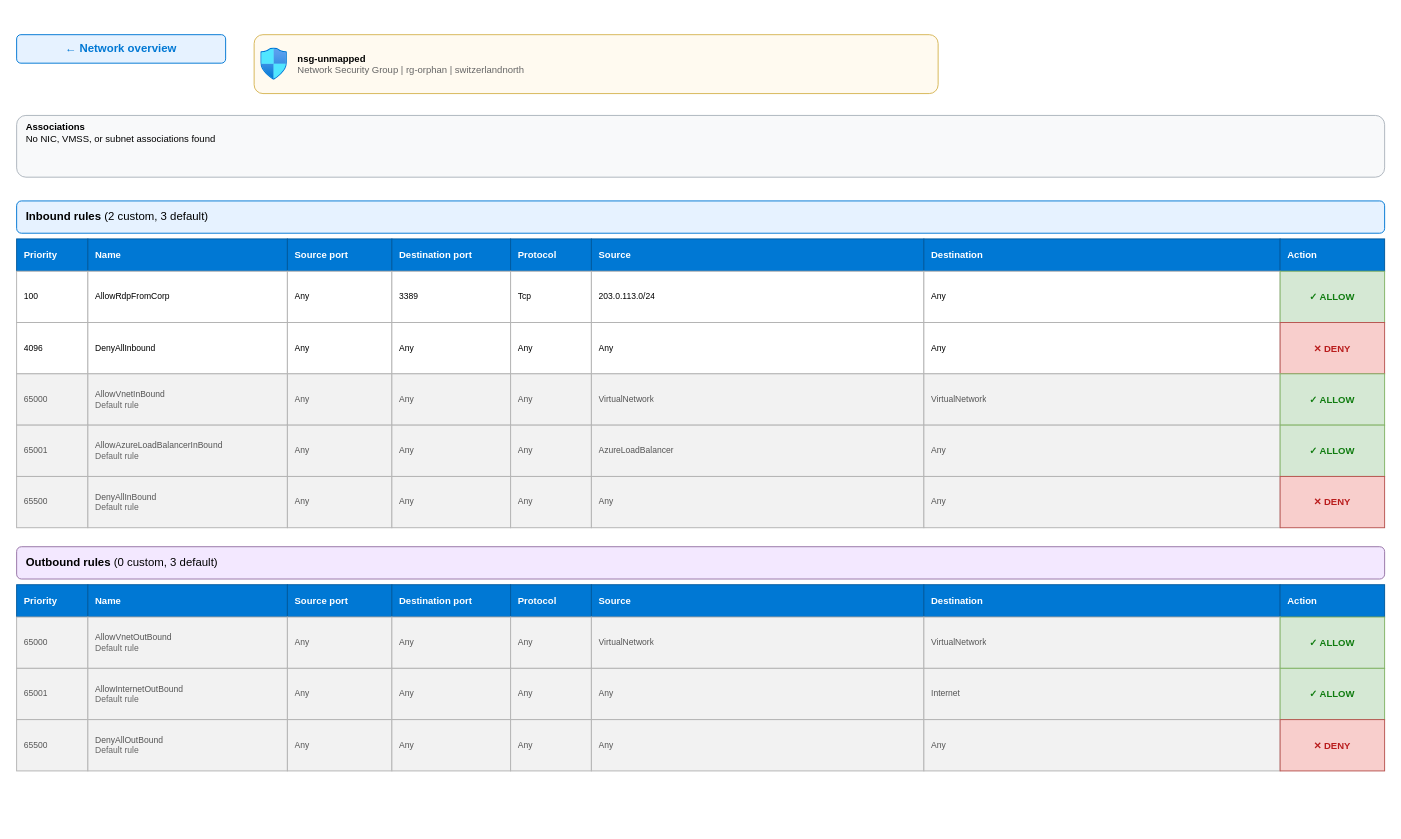
Before: page "NSG - nsg-shared" (10 of 17) of sample-network.drawio in zh54321/VNetAtlas, a draw.io diagram. Source tidied: cells renumbered, new cells numbered last; positions are measured from the earlier drawing's top-left corner, leaving out a move shared by most shapes. Both pictures are drawn from the tidied source at 95%, with x=0, y=0 at pixel (16, 34).
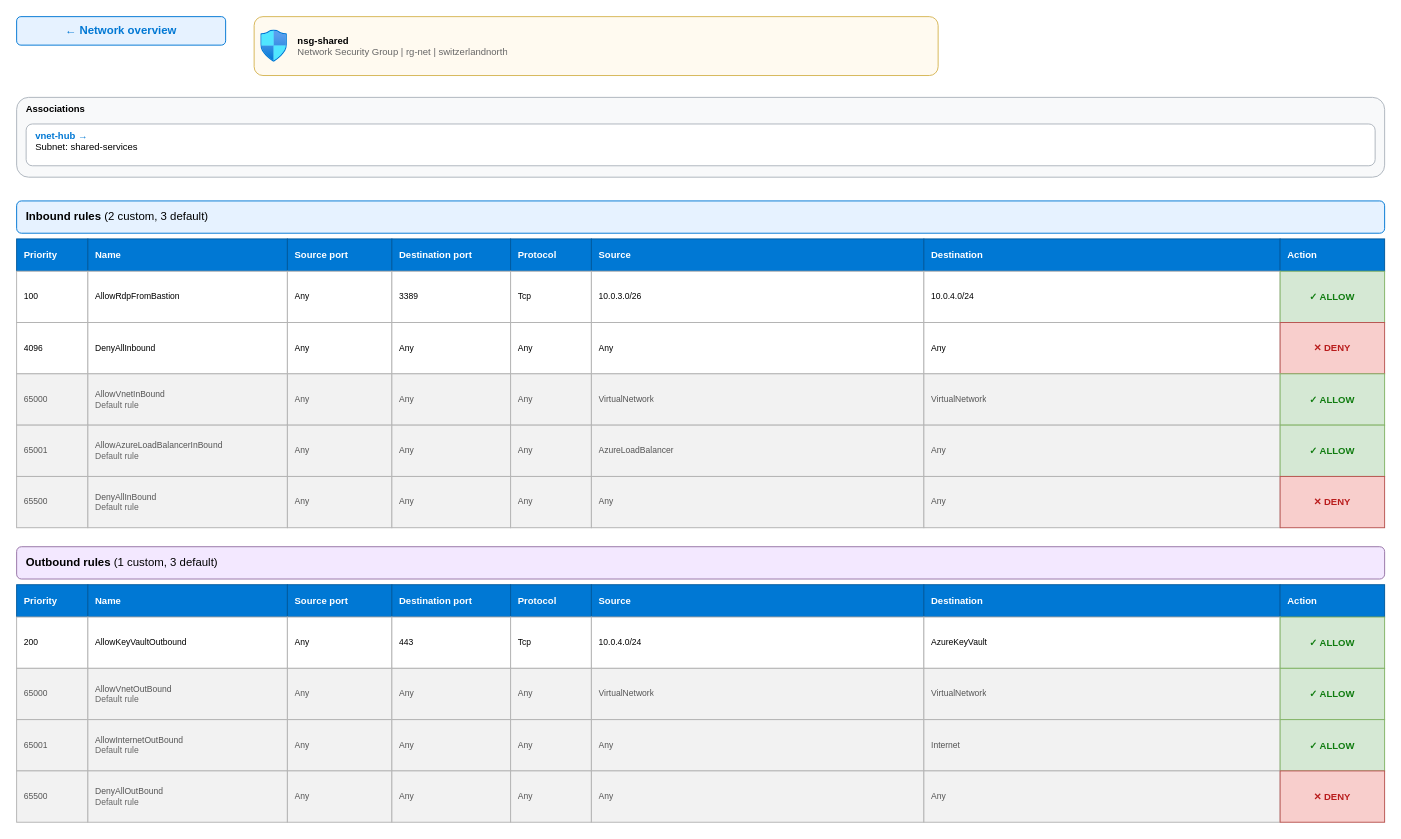
Above is the later version.

Diff of the diagram source:
```diff
@@
     <mxCell id="2" value="&amp;#8592; Network overview" style="rounded=1;whiteSpace=wrap;html=1;fillColor=light-dark(#e6f2ff,#1d2d40);strokeColor=light-dark(#0078d4,#4a9be0);fontColor=light-dark(#0078d4,#6cb6ff);fontStyle=1;" parent="1" vertex="1">
-      <mxGeometry width="220" height="30" as="geometry" />
+      <mxGeometry y="-19" width="220" height="30" as="geometry" />
     </mxCell>
-    <mxCell id="3" value="&lt;b&gt;nsg-unmapped&lt;/b&gt;&lt;br&gt;&lt;font color='#666666'&gt;Network Security Group | rg-orphan | switzerlandnorth&lt;/font&gt;" style="shape=label;rounded=1;whiteSpace=wrap;html=1;image=img/lib/azure2/networking/Network_Security_Groups.svg;imageWidth=28;imageHeight=34;imageAlign=left;imageVerticalAlign=middle;spacingLeft=44;align=left;verticalAlign=middle;fillColor=light-dark(#fffaf0,#2e2a1f);strokeColor=light-dark(#d6b656,#a88f3f);fontSize=10;overflow=hidden;fontColor=light-dark(#000000,#dcdde0);" parent="1" vertex="1">
-      <mxGeometry x="250" width="720" height="62" as="geometry" />
+    <mxCell id="3" value="&lt;b&gt;nsg-shared&lt;/b&gt;&lt;br&gt;&lt;font color='#666666'&gt;Network Security Group | rg-net | switzerlandnorth&lt;/font&gt;" style="shape=label;rounded=1;whiteSpace=wrap;html=1;image=img/lib/azure2/networking/Network_Security_Groups.svg;imageWidth=28;imageHeight=34;imageAlign=left;imageVerticalAlign=middle;spacingLeft=44;align=left;verticalAlign=middle;fillColor=light-dark(#fffaf0,#2e2a1f);strokeColor=light-dark(#d6b656,#a88f3f);fontSize=10;overflow=hidden;fontColor=light-dark(#000000,#dcdde0);" parent="1" vertex="1">
+      <mxGeometry x="250" y="-19" width="720" height="62" as="geometry" />
     </mxCell>
-    <mxCell id="4" value="&lt;b&gt;Associations&lt;/b&gt;&lt;br&gt;No NIC, VMSS, or subnet associations found" style="rounded=1;whiteSpace=wrap;html=1;fillColor=light-dark(#f8f9fa,#26282c);strokeColor=light-dark(#adb5bd,#4a4f57);fontSize=10;align=left;spacingLeft=8;verticalAlign=top;fontColor=light-dark(#000000,#dcdde0);" parent="1" vertex="1">
-      <mxGeometry y="85" width="1440" height="65" as="geometry" />
+    <mxCell id="4" value="&lt;b&gt;Associations&lt;/b&gt;" style="rounded=1;whiteSpace=wrap;html=1;fillColor=light-dark(#f8f9fa,#26282c);strokeColor=light-dark(#adb5bd,#4a4f57);fontSize=10;align=left;spacingLeft=8;verticalAlign=top;fontColor=light-dark(#000000,#dcdde0);" parent="1" vertex="1">
+      <mxGeometry y="66" width="1440" height="84" as="geometry" />
     </mxCell>
+    <mxCell id="87" value="&lt;font color='#0078d4'&gt;&lt;b&gt;vnet-hub&lt;/b&gt; &amp;#8594;&lt;/font&gt;&lt;br&gt;Subnet: shared-services" style="rounded=1;whiteSpace=wrap;html=1;fillColor=light-dark(#ffffff,#2b2d31);strokeColor=light-dark(#adb5bd,#4a4f57);fontSize=10;align=left;spacingLeft=8;verticalAlign=top;fontColor=light-dark(#000000,#dcdde0);" parent="1" vertex="1">
+      <mxGeometry x="10" y="94" width="1420" height="44" as="geometry" />
+    </mxCell>
@@
-    <mxCell id="15" value="AllowRdpFromCorp" style="rounded=0;whiteSpace=wrap;html=1;fillColor=light-dark(#ffffff,#2b2d31);strokeColor=light-dark(#b3b3b3,#3e4148);fontSize=9;align=left;spacingLeft=6;overflow=hidden;fontColor=light-dark(#000000,#dcdde0);" parent="1" vertex="1">
+    <mxCell id="15" value="AllowRdpFromBastion" style="rounded=0;whiteSpace=wrap;html=1;fillColor=light-dark(#ffffff,#2b2d31);strokeColor=light-dark(#b3b3b3,#3e4148);fontSize=9;align=left;spacingLeft=6;overflow=hidden;fontColor=light-dark(#000000,#dcdde0);" parent="1" vertex="1">
       <mxGeometry x="75" y="249" width="210" height="54" as="geometry" />
     </mxCell>
@@
-    <mxCell id="19" value="203.0.113.0/24" style="rounded=0;whiteSpace=wrap;html=1;fillColor=light-dark(#ffffff,#2b2d31);strokeColor=light-dark(#b3b3b3,#3e4148);fontSize=9;align=left;spacingLeft=6;overflow=hidden;fontColor=light-dark(#000000,#dcdde0);" parent="1" vertex="1">
+    <mxCell id="19" value="10.0.3.0/26" style="rounded=0;whiteSpace=wrap;html=1;fillColor=light-dark(#ffffff,#2b2d31);strokeColor=light-dark(#b3b3b3,#3e4148);fontSize=9;align=left;spacingLeft=6;overflow=hidden;fontColor=light-dark(#000000,#dcdde0);" parent="1" vertex="1">
       <mxGeometry x="605" y="249" width="350" height="54" as="geometry" />
     </mxCell>
-    <mxCell id="20" value="Any" style="rounded=0;whiteSpace=wrap;html=1;fillColor=light-dark(#ffffff,#2b2d31);strokeColor=light-dark(#b3b3b3,#3e4148);fontSize=9;align=left;spacingLeft=6;overflow=hidden;fontColor=light-dark(#000000,#dcdde0);" parent="1" vertex="1">
+    <mxCell id="20" value="10.0.4.0/24" style="rounded=0;whiteSpace=wrap;html=1;fillColor=light-dark(#ffffff,#2b2d31);strokeColor=light-dark(#b3b3b3,#3e4148);fontSize=9;align=left;spacingLeft=6;overflow=hidden;fontColor=light-dark(#000000,#dcdde0);" parent="1" vertex="1">
       <mxGeometry x="955" y="249" width="375" height="54" as="geometry" />
     </mxCell>
@@
-    <mxCell id="54" value="&lt;b&gt;Outbound rules&lt;/b&gt; (0 custom, 3 default)" style="rounded=1;whiteSpace=wrap;html=1;fillColor=light-dark(#f3e8ff,#2d2340);strokeColor=light-dark(#9673a6,#9c84c4);fontSize=12;align=left;spacingLeft=8;fontColor=light-dark(#000000,#dcdde0);" parent="1" vertex="1">
+    <mxCell id="54" value="&lt;b&gt;Outbound rules&lt;/b&gt; (1 custom, 3 default)" style="rounded=1;whiteSpace=wrap;html=1;fillColor=light-dark(#f3e8ff,#2d2340);strokeColor=light-dark(#9673a6,#9c84c4);fontSize=12;align=left;spacingLeft=8;fontColor=light-dark(#000000,#dcdde0);" parent="1" vertex="1">
       <mxGeometry y="539" width="1440" height="34" as="geometry" />
     </mxCell>
@@
-    <mxCell id="63" value="65000" style="rounded=0;whiteSpace=wrap;html=1;fillColor=light-dark(#f2f2f2,#232427);strokeColor=light-dark(#b3b3b3,#3e4148);fontColor=light-dark(#555555,#a0a4aa);fontSize=9;align=left;spacingLeft=6;overflow=hidden;" parent="1" vertex="1">
+    <mxCell id="63" value="200" style="rounded=0;whiteSpace=wrap;html=1;fillColor=light-dark(#ffffff,#2b2d31);strokeColor=light-dark(#b3b3b3,#3e4148);fontSize=9;align=left;spacingLeft=6;overflow=hidden;fontColor=light-dark(#000000,#dcdde0);" parent="1" vertex="1">
       <mxGeometry y="613" width="75" height="54" as="geometry" />
     </mxCell>
-    <mxCell id="64" value="AllowVnetOutBound&lt;br&gt;&lt;font color='#666666'&gt;Default rule&lt;/font&gt;" style="rounded=0;whiteSpace=wrap;html=1;fillColor=light-dark(#f2f2f2,#232427);strokeColor=light-dark(#b3b3b3,#3e4148);fontColor=light-dark(#555555,#a0a4aa);fontSize=9;align=left;spacingLeft=6;overflow=hidden;" parent="1" vertex="1">
+    <mxCell id="64" value="AllowKeyVaultOutbound" style="rounded=0;whiteSpace=wrap;html=1;fillColor=light-dark(#ffffff,#2b2d31);strokeColor=light-dark(#b3b3b3,#3e4148);fontSize=9;align=left;spacingLeft=6;overflow=hidden;fontColor=light-dark(#000000,#dcdde0);" parent="1" vertex="1">
       <mxGeometry x="75" y="613" width="210" height="54" as="geometry" />
     </mxCell>
-    <mxCell id="65" value="Any" style="rounded=0;whiteSpace=wrap;html=1;fillColor=light-dark(#f2f2f2,#232427);strokeColor=light-dark(#b3b3b3,#3e4148);fontColor=light-dark(#555555,#a0a4aa);fontSize=9;align=left;spacingLeft=6;overflow=hidden;" parent="1" vertex="1">
+    <mxCell id="65" value="Any" style="rounded=0;whiteSpace=wrap;html=1;fillColor=light-dark(#ffffff,#2b2d31);strokeColor=light-dark(#b3b3b3,#3e4148);fontSize=9;align=left;spacingLeft=6;overflow=hidden;fontColor=light-dark(#000000,#dcdde0);" parent="1" vertex="1">
       <mxGeometry x="285" y="613" width="110" height="54" as="geometry" />
     </mxCell>
-    <mxCell id="66" value="Any" style="rounded=0;whiteSpace=wrap;html=1;fillColor=light-dark(#f2f2f2,#232427);strokeColor=light-dark(#b3b3b3,#3e4148);fontColor=light-dark(#555555,#a0a4aa);fontSize=9;align=left;spacingLeft=6;overflow=hidden;" parent="1" vertex="1">
+    <mxCell id="66" value="443" style="rounded=0;whiteSpace=wrap;html=1;fillColor=light-dark(#ffffff,#2b2d31);strokeColor=light-dark(#b3b3b3,#3e4148);fontSize=9;align=left;spacingLeft=6;overflow=hidden;fontColor=light-dark(#000000,#dcdde0);" parent="1" vertex="1">
       <mxGeometry x="395" y="613" width="125" height="54" as="geometry" />
     </mxCell>
-    <mxCell id="67" value="Any" style="rounded=0;whiteSpace=wrap;html=1;fillColor=light-dark(#f2f2f2,#232427);strokeColor=light-dark(#b3b3b3,#3e4148);fontColor=light-dark(#555555,#a0a4aa);fontSize=9;align=left;spacingLeft=6;overflow=hidden;" parent="1" vertex="1">
+    <mxCell id="67" value="Tcp" style="rounded=0;whiteSpace=wrap;html=1;fillColor=light-dark(#ffffff,#2b2d31);strokeColor=light-dark(#b3b3b3,#3e4148);fontSize=9;align=left;spacingLeft=6;overflow=hidden;fontColor=light-dark(#000000,#dcdde0);" parent="1" vertex="1">
       <mxGeometry x="520" y="613" width="85" height="54" as="geometry" />
     </mxCell>
-    <mxCell id="68" value="VirtualNetwork" style="rounded=0;whiteSpace=wrap;html=1;fillColor=light-dark(#f2f2f2,#232427);strokeColor=light-dark(#b3b3b3,#3e4148);fontColor=light-dark(#555555,#a0a4aa);fontSize=9;align=left;spacingLeft=6;overflow=hidden;" parent="1" vertex="1">
+    <mxCell id="68" value="10.0.4.0/24" style="rounded=0;whiteSpace=wrap;html=1;fillColor=light-dark(#ffffff,#2b2d31);strokeColor=light-dark(#b3b3b3,#3e4148);fontSize=9;align=left;spacingLeft=6;overflow=hidden;fontColor=light-dark(#000000,#dcdde0);" parent="1" vertex="1">
       <mxGeometry x="605" y="613" width="350" height="54" as="geometry" />
     </mxCell>
-    <mxCell id="69" value="VirtualNetwork" style="rounded=0;whiteSpace=wrap;html=1;fillColor=light-dark(#f2f2f2,#232427);strokeColor=light-dark(#b3b3b3,#3e4148);fontColor=light-dark(#555555,#a0a4aa);fontSize=9;align=left;spacingLeft=6;overflow=hidden;" parent="1" vertex="1">
+    <mxCell id="69" value="AzureKeyVault" style="rounded=0;whiteSpace=wrap;html=1;fillColor=light-dark(#ffffff,#2b2d31);strokeColor=light-dark(#b3b3b3,#3e4148);fontSize=9;align=left;spacingLeft=6;overflow=hidden;fontColor=light-dark(#000000,#dcdde0);" parent="1" vertex="1">
       <mxGeometry x="955" y="613" width="375" height="54" as="geometry" />
     </mxCell>
@@
-    <mxCell id="71" value="65001" style="rounded=0;whiteSpace=wrap;html=1;fillColor=light-dark(#f2f2f2,#232427);strokeColor=light-dark(#b3b3b3,#3e4148);fontColor=light-dark(#555555,#a0a4aa);fontSize=9;align=left;spacingLeft=6;overflow=hidden;" parent="1" vertex="1">
+    <mxCell id="71" value="65000" style="rounded=0;whiteSpace=wrap;html=1;fillColor=light-dark(#f2f2f2,#232427);strokeColor=light-dark(#b3b3b3,#3e4148);fontColor=light-dark(#555555,#a0a4aa);fontSize=9;align=left;spacingLeft=6;overflow=hidden;" parent="1" vertex="1">
       <mxGeometry y="667" width="75" height="54" as="geometry" />
     </mxCell>
-    <mxCell id="72" value="AllowInternetOutBound&lt;br&gt;&lt;font color='#666666'&gt;Default rule&lt;/font&gt;" style="rounded=0;whiteSpace=wrap;html=1;fillColor=light-dark(#f2f2f2,#232427);strokeColor=light-dark(#b3b3b3,#3e4148);fontColor=light-dark(#555555,#a0a4aa);fontSize=9;align=left;spacingLeft=6;overflow=hidden;" parent="1" vertex="1">
+    <mxCell id="72" value="AllowVnetOutBound&lt;br&gt;&lt;font color='#666666'&gt;Default rule&lt;/font&gt;" style="rounded=0;whiteSpace=wrap;html=1;fillColor=light-dark(#f2f2f2,#232427);strokeColor=light-dark(#b3b3b3,#3e4148);fontColor=light-dark(#555555,#a0a4aa);fontSize=9;align=left;spacingLeft=6;overflow=hidden;" parent="1" vertex="1">
       <mxGeometry x="75" y="667" width="210" height="54" as="geometry" />
     </mxCell>
@@
-    <mxCell id="76" value="Any" style="rounded=0;whiteSpace=wrap;html=1;fillColor=light-dark(#f2f2f2,#232427);strokeColor=light-dark(#b3b3b3,#3e4148);fontColor=light-dark(#555555,#a0a4aa);fontSize=9;align=left;spacingLeft=6;overflow=hidden;" parent="1" vertex="1">
+    <mxCell id="76" value="VirtualNetwork" style="rounded=0;whiteSpace=wrap;html=1;fillColor=light-dark(#f2f2f2,#232427);strokeColor=light-dark(#b3b3b3,#3e4148);fontColor=light-dark(#555555,#a0a4aa);fontSize=9;align=left;spacingLeft=6;overflow=hidden;" parent="1" vertex="1">
       <mxGeometry x="605" y="667" width="350" height="54" as="geometry" />
     </mxCell>
-    <mxCell id="77" value="Internet" style="rounded=0;whiteSpace=wrap;html=1;fillColor=light-dark(#f2f2f2,#232427);strokeColor=light-dark(#b3b3b3,#3e4148);fontColor=light-dark(#555555,#a0a4aa);fontSize=9;align=left;spacingLeft=6;overflow=hidden;" parent="1" vertex="1">
+    <mxCell id="77" value="VirtualNetwork" style="rounded=0;whiteSpace=wrap;html=1;fillColor=light-dark(#f2f2f2,#232427);strokeColor=light-dark(#b3b3b3,#3e4148);fontColor=light-dark(#555555,#a0a4aa);fontSize=9;align=left;spacingLeft=6;overflow=hidden;" parent="1" vertex="1">
       <mxGeometry x="955" y="667" width="375" height="54" as="geometry" />
     </mxCell>
@@
-    <mxCell id="79" value="65500" style="rounded=0;whiteSpace=wrap;html=1;fillColor=light-dark(#f2f2f2,#232427);strokeColor=light-dark(#b3b3b3,#3e4148);fontColor=light-dark(#555555,#a0a4aa);fontSize=9;align=left;spacingLeft=6;overflow=hidden;" parent="1" vertex="1">
+    <mxCell id="79" value="65001" style="rounded=0;whiteSpace=wrap;html=1;fillColor=light-dark(#f2f2f2,#232427);strokeColor=light-dark(#b3b3b3,#3e4148);fontColor=light-dark(#555555,#a0a4aa);fontSize=9;align=left;spacingLeft=6;overflow=hidden;" parent="1" vertex="1">
       <mxGeometry y="721" width="75" height="54" as="geometry" />
     </mxCell>
-    <mxCell id="80" value="DenyAllOutBound&lt;br&gt;&lt;font color='#666666'&gt;Default rule&lt;/font&gt;" style="rounded=0;whiteSpace=wrap;html=1;fillColor=light-dark(#f2f2f2,#232427);strokeColor=light-dark(#b3b3b3,#3e4148);fontColor=light-dark(#555555,#a0a4aa);fontSize=9;align=left;spacingLeft=6;overflow=hidden;" parent="1" vertex="1">
+    <mxCell id="80" value="AllowInternetOutBound&lt;br&gt;&lt;font color='#666666'&gt;Default rule&lt;/font&gt;" style="rounded=0;whiteSpace=wrap;html=1;fillColor=light-dark(#f2f2f2,#232427);strokeColor=light-dark(#b3b3b3,#3e4148);fontColor=light-dark(#555555,#a0a4aa);fontSize=9;align=left;spacingLeft=6;overflow=hidden;" parent="1" vertex="1">
       <mxGeometry x="75" y="721" width="210" height="54" as="geometry" />
     </mxCell>
@@
-    <mxCell id="85" value="Any" style="rounded=0;whiteSpace=wrap;html=1;fillColor=light-dark(#f2f2f2,#232427);strokeColor=light-dark(#b3b3b3,#3e4148);fontColor=light-dark(#555555,#a0a4aa);fontSize=9;align=left;spacingLeft=6;overflow=hidden;" parent="1" vertex="1">
+    <mxCell id="85" value="Internet" style="rounded=0;whiteSpace=wrap;html=1;fillColor=light-dark(#f2f2f2,#232427);strokeColor=light-dark(#b3b3b3,#3e4148);fontColor=light-dark(#555555,#a0a4aa);fontSize=9;align=left;spacingLeft=6;overflow=hidden;" parent="1" vertex="1">
       <mxGeometry x="955" y="721" width="375" height="54" as="geometry" />
     </mxCell>
-    <mxCell id="86" value="✕ DENY" style="rounded=0;whiteSpace=wrap;html=1;fillColor=light-dark(#f8cecc,#3d2326);strokeColor=light-dark(#b85450,#a8504c);fontColor=light-dark(#b91c1c,#ff8f8f);fontStyle=1;fontSize=10;align=center;" parent="1" vertex="1">
+    <mxCell id="86" value="✓ ALLOW" style="rounded=0;whiteSpace=wrap;html=1;fillColor=light-dark(#d5e8d4,#1f3324);strokeColor=light-dark(#82b366,#5e9a55);fontColor=light-dark(#107c10,#7fd18b);fontStyle=1;fontSize=10;align=center;" parent="1" vertex="1">
       <mxGeometry x="1330" y="721" width="110" height="54" as="geometry" />
     </mxCell>
+    <mxCell id="88" value="65500" style="rounded=0;whiteSpace=wrap;html=1;fillColor=light-dark(#f2f2f2,#232427);strokeColor=light-dark(#b3b3b3,#3e4148);fontColor=light-dark(#555555,#a0a4aa);fontSize=9;align=left;spacingLeft=6;overflow=hidden;" parent="1" vertex="1">
+      <mxGeometry y="775" width="75" height="54" as="geometry" />
+    </mxCell>
+    <mxCell id="89" value="DenyAllOutBound&lt;br&gt;&lt;font color='#666666'&gt;Default rule&lt;/font&gt;" style="rounded=0;whiteSpace=wrap;html=1;fillColor=light-dark(#f2f2f2,#232427);strokeColor=light-dark(#b3b3b3,#3e4148);fontColor=light-dark(#555555,#a0a4aa);fontSize=9;align=left;spacingLeft=6;overflow=hidden;" parent="1" vertex="1">
+      <mxGeometry x="75" y="775" width="210" height="54" as="geometry" />
+    </mxCell>
+    <mxCell id="90" value="Any" style="rounded=0;whiteSpace=wrap;html=1;fillColor=light-dark(#f2f2f2,#232427);strokeColor=light-dark(#b3b3b3,#3e4148);fontColor=light-dark(#555555,#a0a4aa);fontSize=9;align=left;spacingLeft=6;overflow=hidden;" parent="1" vertex="1">
+      <mxGeometry x="285" y="775" width="110" height="54" as="geometry" />
+    </mxCell>
+    <mxCell id="91" value="Any" style="rounded=0;whiteSpace=wrap;html=1;fillColor=light-dark(#f2f2f2,#232427);strokeColor=light-dark(#b3b3b3,#3e4148);fontColor=light-dark(#555555,#a0a4aa);fontSize=9;align=left;spacingLeft=6;overflow=hidden;" parent="1" vertex="1">
+      <mxGeometry x="395" y="775" width="125" height="54" as="geometry" />
+    </mxCell>
+    <mxCell id="92" value="Any" style="rounded=0;whiteSpace=wrap;html=1;fillColor=light-dark(#f2f2f2,#232427);strokeColor=light-dark(#b3b3b3,#3e4148);fontColor=light-dark(#555555,#a0a4aa);fontSize=9;align=left;spacingLeft=6;overflow=hidden;" parent="1" vertex="1">
+      <mxGeometry x="520" y="775" width="85" height="54" as="geometry" />
+    </mxCell>
+    <mxCell id="93" value="Any" style="rounded=0;whiteSpace=wrap;html=1;fillColor=light-dark(#f2f2f2,#232427);strokeColor=light-dark(#b3b3b3,#3e4148);fontColor=light-dark(#555555,#a0a4aa);fontSize=9;align=left;spacingLeft=6;overflow=hidden;" parent="1" vertex="1">
+      <mxGeometry x="605" y="775" width="350" height="54" as="geometry" />
+    </mxCell>
+    <mxCell id="94" value="Any" style="rounded=0;whiteSpace=wrap;html=1;fillColor=light-dark(#f2f2f2,#232427);strokeColor=light-dark(#b3b3b3,#3e4148);fontColor=light-dark(#555555,#a0a4aa);fontSize=9;align=left;spacingLeft=6;overflow=hidden;" parent="1" vertex="1">
+      <mxGeometry x="955" y="775" width="375" height="54" as="geometry" />
+    </mxCell>
+    <mxCell id="95" value="✕ DENY" style="rounded=0;whiteSpace=wrap;html=1;fillColor=light-dark(#f8cecc,#3d2326);strokeColor=light-dark(#b85450,#a8504c);fontColor=light-dark(#b91c1c,#ff8f8f);fontStyle=1;fontSize=10;align=center;" parent="1" vertex="1">
+      <mxGeometry x="1330" y="775" width="110" height="54" as="geometry" />
+    </mxCell>
```
